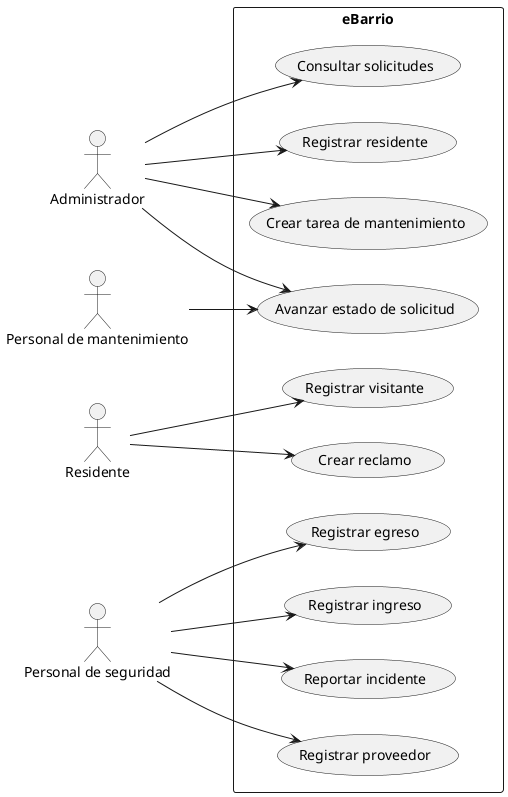
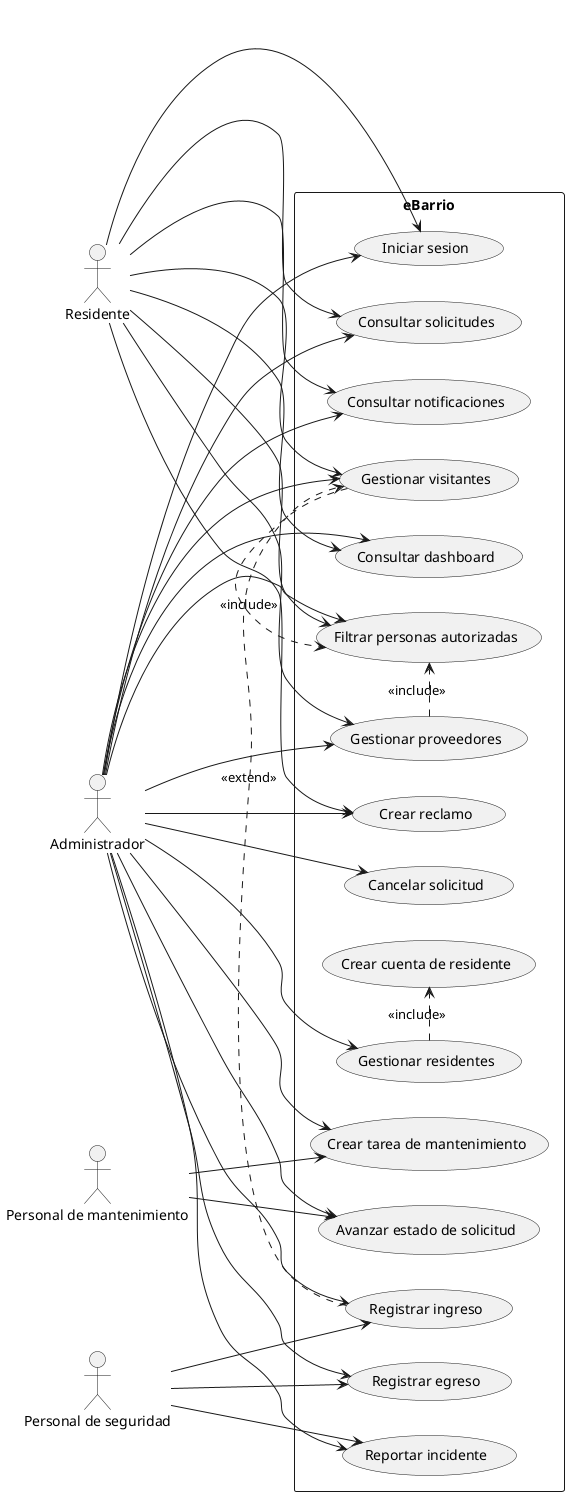
@startuml
left to right direction

actor Administrador
actor Residente
actor "Personal de seguridad" as Seguridad
actor "Personal de mantenimiento" as Mantenimiento

rectangle "eBarrio" {
-   usecase "Registrar residente" as UC1
-   usecase "Registrar visitante" as UC2
-   usecase "Registrar proveedor" as UCProveedor
-   usecase "Registrar ingreso" as UC3
-   usecase "Registrar egreso" as UC4
-   usecase "Crear reclamo" as UC5
-   usecase "Crear tarea de mantenimiento" as UC6
-   usecase "Reportar incidente" as UC7
-   usecase "Avanzar estado de solicitud" as UC8
-   usecase "Consultar solicitudes" as UC9
+   usecase "Iniciar sesion" as UCLogin
+   usecase "Consultar dashboard" as UCDashboard
+   usecase "Gestionar residentes" as UCResidentes
+   usecase "Crear cuenta de residente" as UCCuenta
+   usecase "Gestionar visitantes" as UCVisitantes
+   usecase "Gestionar proveedores" as UCProveedores
+   usecase "Filtrar personas autorizadas" as UCFiltrar
+   usecase "Registrar ingreso" as UCIngreso
+   usecase "Registrar egreso" as UCEgreso
+   usecase "Crear reclamo" as UCReclamo
+   usecase "Crear tarea de mantenimiento" as UCTarea
+   usecase "Reportar incidente" as UCIncidente
+   usecase "Consultar solicitudes" as UCConsultarSolicitudes
+   usecase "Avanzar estado de solicitud" as UCAvanzar
+   usecase "Cancelar solicitud" as UCCancelar
+   usecase "Consultar notificaciones" as UCNotificaciones
}

- Administrador --> UC1
- Administrador --> UC6
- Administrador --> UC8
- Administrador --> UC9
- Residente --> UC2
- Residente --> UC5
- Seguridad --> UC3
- Seguridad --> UC4
- Seguridad --> UC7
- Seguridad --> UCProveedor
- Mantenimiento --> UC8
+ Administrador --> UCLogin
+ Administrador --> UCDashboard
+ Administrador --> UCResidentes
+ Administrador --> UCVisitantes
+ Administrador --> UCProveedores
+ Administrador --> UCFiltrar
+ Administrador --> UCIngreso
+ Administrador --> UCEgreso
+ Administrador --> UCReclamo
+ Administrador --> UCTarea
+ Administrador --> UCIncidente
+ Administrador --> UCConsultarSolicitudes
+ Administrador --> UCAvanzar
+ Administrador --> UCCancelar
+ Administrador --> UCNotificaciones
+ 
+ Residente --> UCLogin
+ Residente --> UCDashboard
+ Residente --> UCVisitantes
+ Residente --> UCProveedores
+ Residente --> UCFiltrar
+ Residente --> UCReclamo
+ Residente --> UCConsultarSolicitudes
+ Residente --> UCNotificaciones
+ 
+ Seguridad --> UCIngreso
+ Seguridad --> UCEgreso
+ Seguridad --> UCIncidente
+ 
+ Mantenimiento --> UCTarea
+ Mantenimiento --> UCAvanzar
+ 
+ UCResidentes .> UCCuenta : <<include>>
+ UCVisitantes .> UCFiltrar : <<include>>
+ UCProveedores .> UCFiltrar : <<include>>
+ UCIngreso .> UCVisitantes : <<extend>>
@enduml
